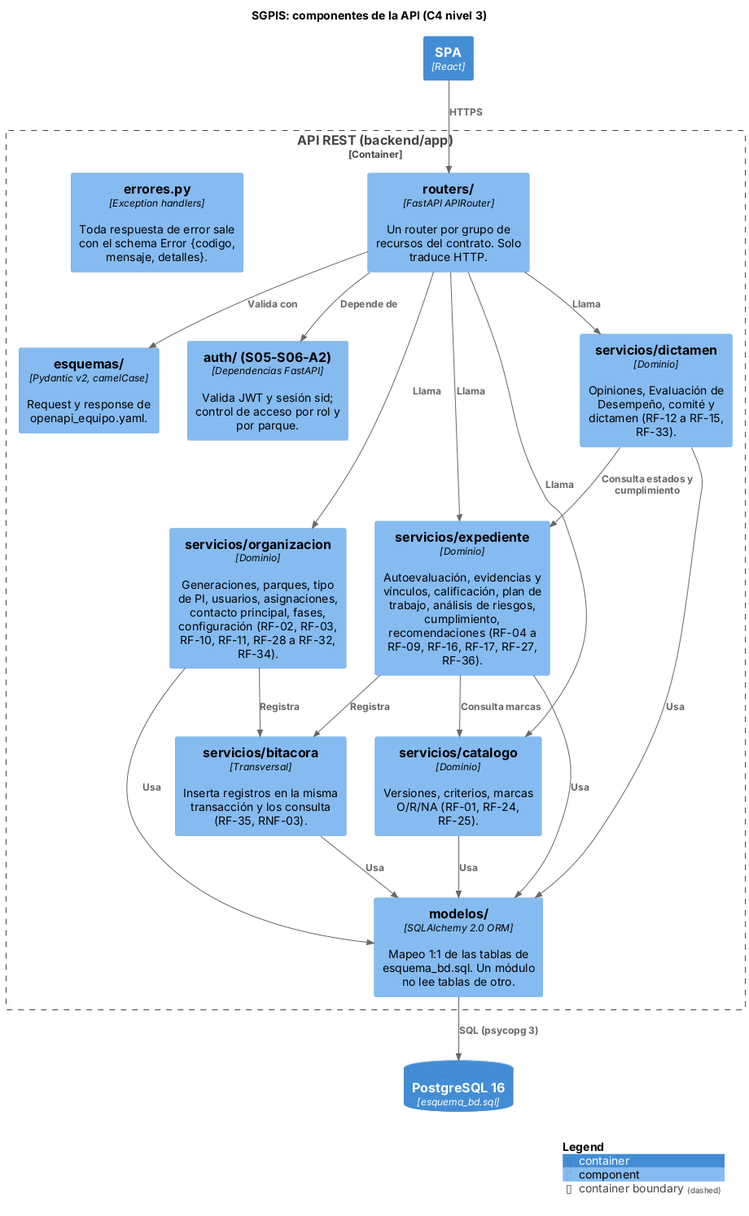
Above: S05_S06_A1/imagenes/arquitectura_componentes.png in CLA-TC5062-SN2026/Equipo19 (PlantUML), before the change.
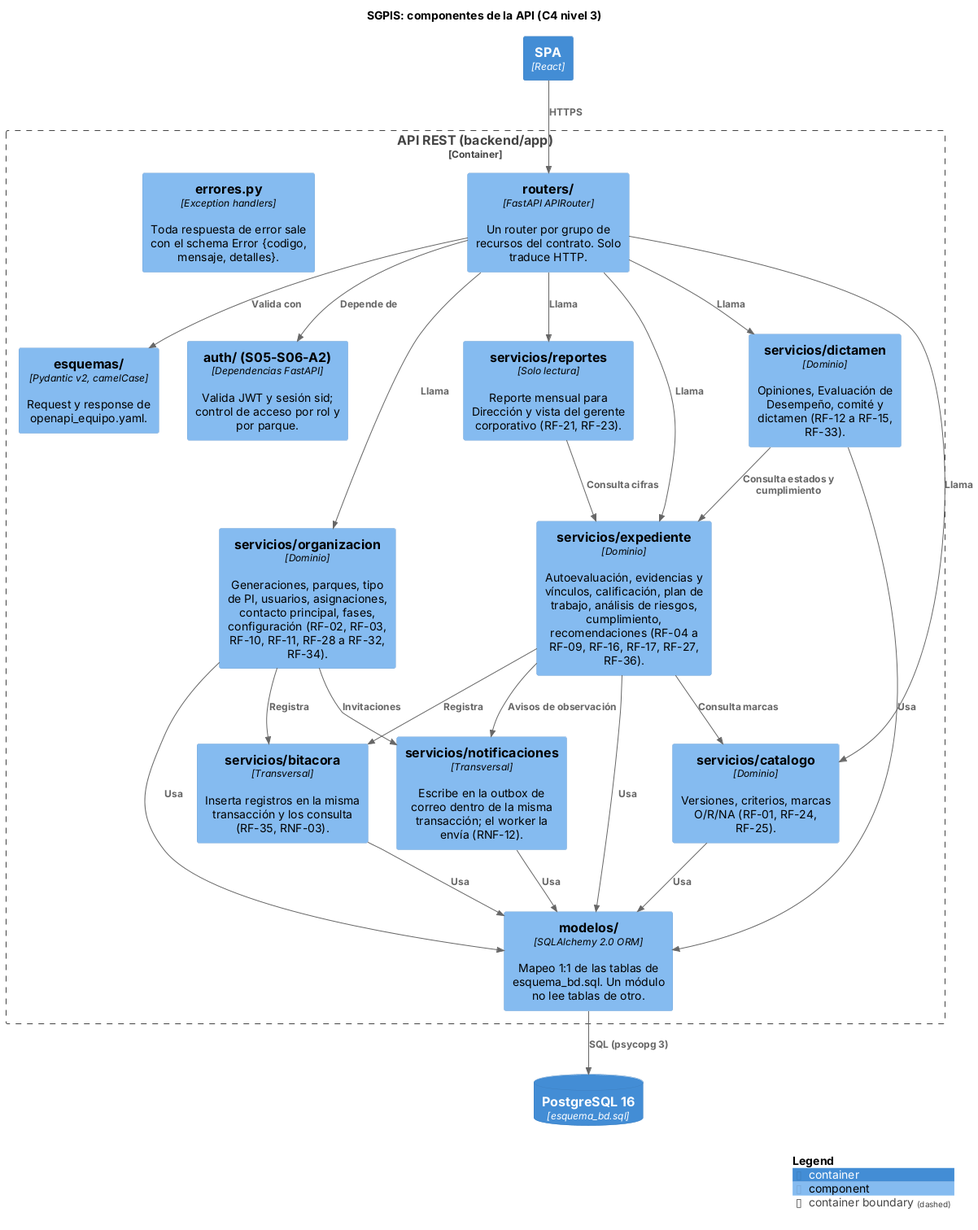
The same diagram one commit later.

What changed in the source:
```diff
@@ -15,6 +15,8 @@
   Component(m_org, "servicios/organizacion", "Dominio", "Generaciones, parques, tipo de PI, usuarios, asignaciones, contacto principal, fases, configuración (RF-02, RF-03, RF-10, RF-11, RF-28 a RF-32, RF-34).")
   Component(m_exp, "servicios/expediente", "Dominio", "Autoevaluación, evidencias y vínculos, calificación, plan de trabajo, análisis de riesgos, cumplimiento, recomendaciones (RF-04 a RF-09, RF-16, RF-17, RF-27, RF-36).")
   Component(m_dic, "servicios/dictamen", "Dominio", "Opiniones, Evaluación de Desempeño, comité y dictamen (RF-12 a RF-15, RF-33).")
+  Component(m_rep, "servicios/reportes", "Solo lectura", "Reporte mensual para Dirección y vista del gerente corporativo (RF-21, RF-23).")
+  Component(notif, "servicios/notificaciones", "Transversal", "Escribe en la outbox de correo dentro de la misma transacción; el worker la envía (RNF-12).")
   Component(bitacora, "servicios/bitacora", "Transversal", "Inserta registros en la misma transacción y los consulta (RF-35, RNF-03).")
   Component(modelos, "modelos/", "SQLAlchemy 2.0 ORM", "Mapeo 1:1 de las tablas de esquema_bd.sql. Un módulo no lee tablas de otro.")
 }
@@ -26,6 +28,10 @@
 Rel(routers, m_org, "Llama")
 Rel(routers, m_exp, "Llama")
 Rel(routers, m_dic, "Llama")
+Rel(routers, m_rep, "Llama")
+Rel(m_rep, m_exp, "Consulta cifras")
+Rel(m_org, notif, "Invitaciones")
+Rel(m_exp, notif, "Avisos de observación")
 Rel(m_exp, m_cat, "Consulta marcas")
 Rel(m_dic, m_exp, "Consulta estados y cumplimiento")
 Rel(m_org, bitacora, "Registra")
@@ -35,6 +41,7 @@
 Rel(m_exp, modelos, "Usa")
 Rel(m_dic, modelos, "Usa")
 Rel(bitacora, modelos, "Usa")
+Rel(notif, modelos, "Usa")
 Rel(modelos, db, "SQL (psycopg 3)")
 SHOW_LEGEND()
 @enduml
```
